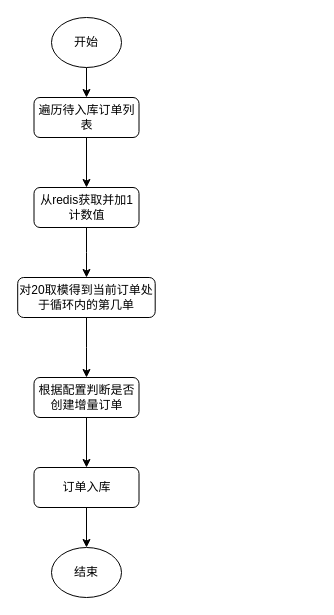
This is 未来订单按比例扣量.drawio from Willhow-Gao/drawIOStore, a draw.io file, before an edit. Source tidied: cells renumbered, new cells numbered last; positions are measured from the earlier drawing's top-left corner, leaving out a move shared by most shapes. Both pictures are drawn from the tidied source at 100%, with x=0, y=0 at pixel (17, 17).
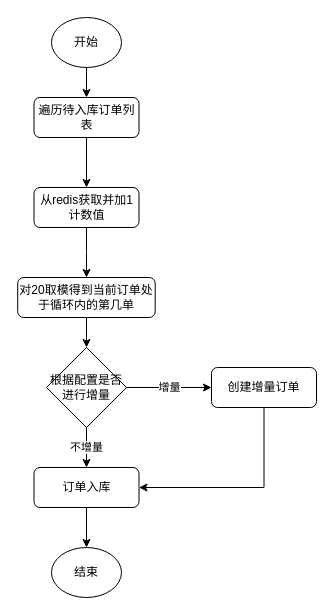
The same page after the edit.

Commit message:
更新未来订单按比例扣量.drawio

The edit, as a diff of the source:
```diff
@@
 <mxGraphModel>
   <root>
     <mxCell id="0" />
     <mxCell id="1" parent="0" />
     <mxCell id="2" style="edgeStyle=orthogonalEdgeStyle;rounded=0;jettySize=auto;html=1;" parent="1" edge="1" source="3" target="5">
       <mxGeometry relative="1" as="geometry" />
     </mxCell>
     <mxCell id="3" value="开始" style="ellipse;whiteSpace=wrap;html=1;" parent="1" vertex="1">
       <mxGeometry x="34" width="70" height="50" as="geometry" />
     </mxCell>
     <mxCell id="4" style="edgeStyle=orthogonalEdgeStyle;rounded=0;jettySize=auto;html=1;entryX=0.5;entryY=0;entryDx=0;entryDy=0;" parent="1" edge="1" source="5" target="7">
       <mxGeometry relative="1" as="geometry" />
     </mxCell>
     <mxCell id="5" value="遍历待入库订单列表" style="rounded=1;whiteSpace=wrap;html=1;" parent="1" vertex="1">
       <mxGeometry x="16.5" y="80" width="105" height="40" as="geometry" />
     </mxCell>
     <mxCell id="6" style="edgeStyle=orthogonalEdgeStyle;rounded=0;jettySize=auto;html=1;" parent="1" edge="1" source="7" target="9">
       <mxGeometry relative="1" as="geometry" />
     </mxCell>
     <mxCell id="7" value="从redis获取并加1计数值" style="rounded=1;whiteSpace=wrap;html=1;" parent="1" vertex="1">
       <mxGeometry x="16.5" y="170" width="105" height="40" as="geometry" />
     </mxCell>
-    <mxCell id="8" style="edgeStyle=orthogonalEdgeStyle;rounded=0;jettySize=auto;html=1;" parent="1" edge="1" source="9" target="11">
-      <mxGeometry relative="1" as="geometry" />
-    </mxCell>
+    <mxCell id="15" style="edgeStyle=orthogonalEdgeStyle;rounded=0;jettySize=auto;html=1;" parent="1" edge="1" source="9" target="18">
+      <mxGeometry relative="1" as="geometry" />
+    </mxCell>
     <mxCell id="9" value="对20取模得到当前订单处于循环内的第几单" style="rounded=1;whiteSpace=wrap;html=1;" parent="1" vertex="1">
       <mxGeometry x="0.2" y="260" width="137.5" height="40" as="geometry" />
     </mxCell>
-    <mxCell id="10" style="edgeStyle=orthogonalEdgeStyle;rounded=0;jettySize=auto;html=1;" parent="1" edge="1" source="11" target="13">
-      <mxGeometry relative="1" as="geometry" />
-    </mxCell>
-    <mxCell id="11" value="根据配置判断是否创建增量订单" style="rounded=1;whiteSpace=wrap;html=1;" parent="1" vertex="1">
-      <mxGeometry x="16.5" y="360" width="105" height="40" as="geometry" />
-    </mxCell>
     <mxCell id="12" style="edgeStyle=orthogonalEdgeStyle;rounded=0;jettySize=auto;html=1;" parent="1" edge="1" source="13" target="14">
       <mxGeometry relative="1" as="geometry" />
     </mxCell>
     <mxCell id="13" value="订单入库" style="rounded=1;whiteSpace=wrap;html=1;" parent="1" vertex="1">
       <mxGeometry x="16.5" y="450" width="105" height="40" as="geometry" />
     </mxCell>
     <mxCell id="14" value="结束" style="ellipse;whiteSpace=wrap;html=1;" parent="1" vertex="1">
       <mxGeometry x="34" y="530" width="70" height="50" as="geometry" />
     </mxCell>
+    <mxCell id="16" value="不增量" style="edgeStyle=orthogonalEdgeStyle;rounded=0;jettySize=auto;html=1;entryX=0.5;entryY=0;entryDx=0;entryDy=0;" parent="1" edge="1" source="18" target="13">
+      <mxGeometry relative="1" as="geometry" />
+    </mxCell>
+    <mxCell id="17" value="增量" style="edgeStyle=orthogonalEdgeStyle;rounded=0;jettySize=auto;html=1;" parent="1" edge="1" source="18" target="20">
+      <mxGeometry relative="1" as="geometry" />
+    </mxCell>
+    <mxCell id="18" value="根据配置是否进行增量" style="rhombus;whiteSpace=wrap;html=1;" parent="1" vertex="1">
+      <mxGeometry x="29" y="330" width="80" height="80" as="geometry" />
+    </mxCell>
+    <mxCell id="19" style="edgeStyle=orthogonalEdgeStyle;rounded=0;jettySize=auto;html=1;entryX=1;entryY=0.5;entryDx=0;entryDy=0;" parent="1" edge="1" source="20" target="13">
+      <mxGeometry relative="1" as="geometry">
+        <Array as="points">
+          <mxPoint x="247" y="470" />
+        </Array>
+      </mxGeometry>
+    </mxCell>
+    <mxCell id="20" value="创建增量订单" style="rounded=1;whiteSpace=wrap;html=1;" parent="1" vertex="1">
+      <mxGeometry x="194" y="350" width="105" height="40" as="geometry" />
+    </mxCell>
   </root>
 </mxGraphModel>
```
